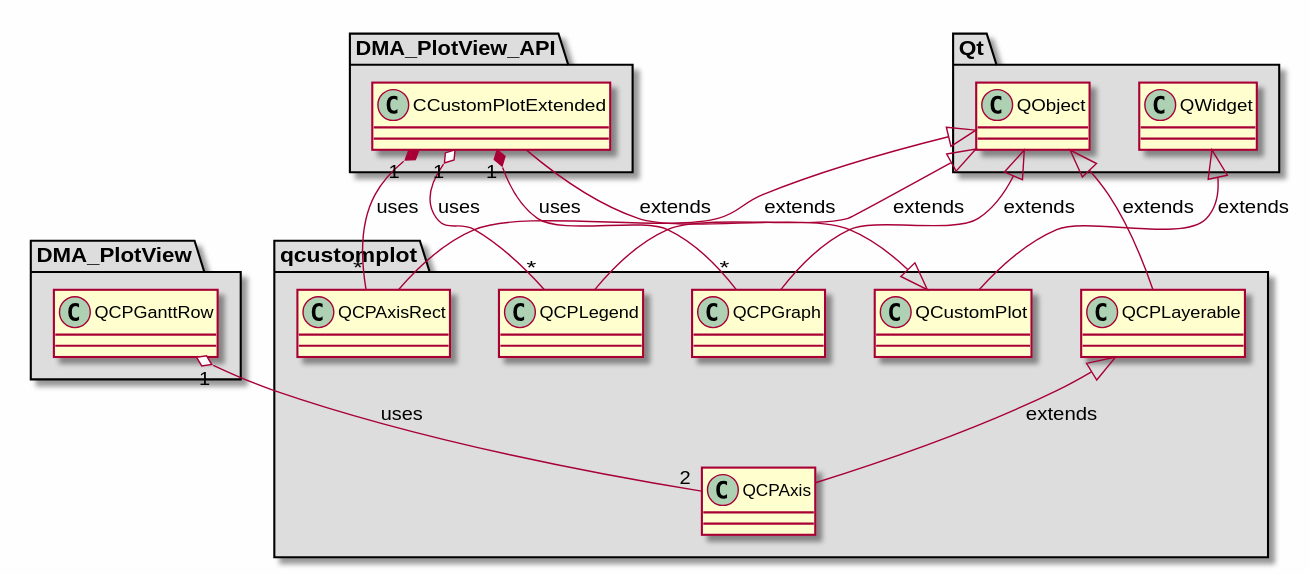
The PlantUML diagram md/dev_docs/puml/qcustomplot.svg in svlad-90/DLT-Message-Analyzer, before a commit.
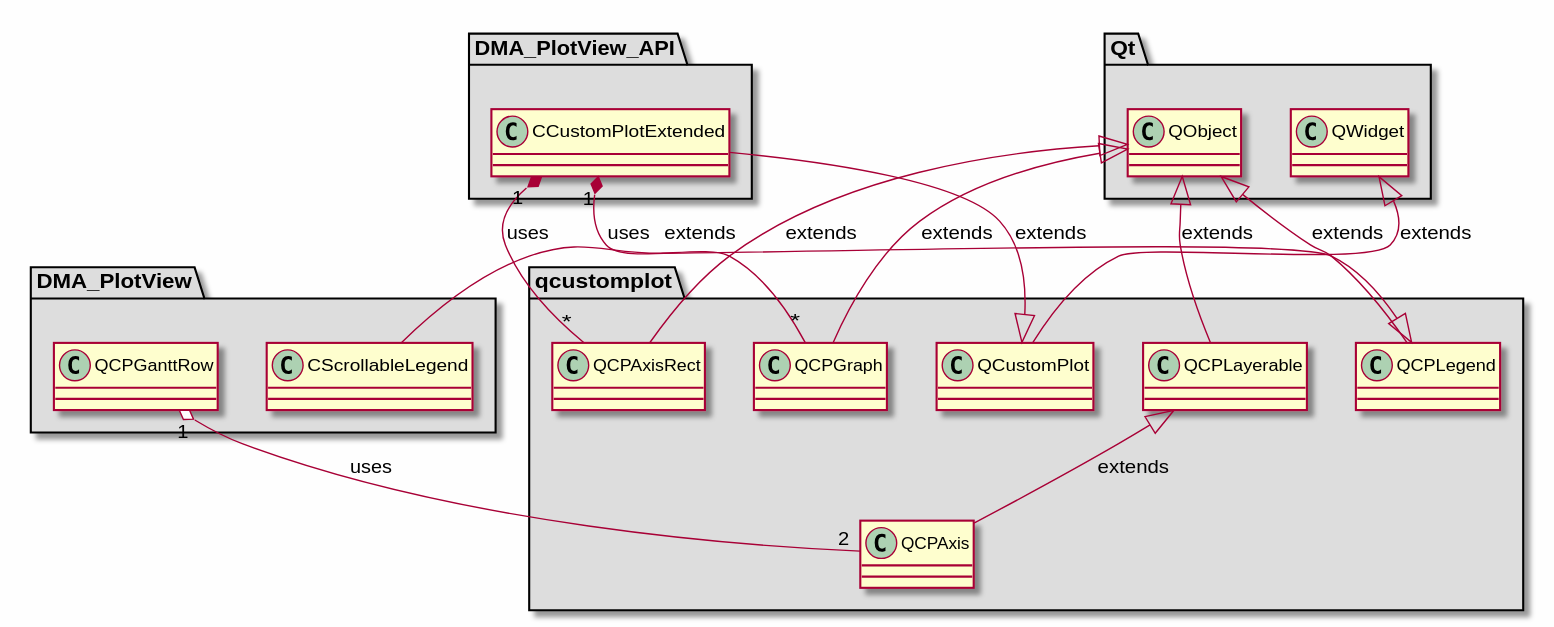
The same diagram one commit later.

The edit, as a diff of the source:
```diff
@@ -4,6 +4,10 @@
 skinparam wrapWidth 600
 package "DMA_PlotView" #DDDDDD
 {
+
+class "CScrollableLegend"
+{
+}
 
 class "QCPGanttRow"
 {
@@ -62,6 +66,7 @@
 
 }
 
+QCPLegend <|-- CScrollableLegend : extends
 QCustomPlot <|-- CCustomPlotExtended : extends
 QCPLayerable <|-- QCPAxis : extends
 QObject <|-- QCPAxisRect : extends
@@ -73,6 +78,5 @@
 QCPGanttRow "1" o-- "2" QCPAxis : uses
 CCustomPlotExtended "1" *-- "*" QCPAxisRect : uses
 CCustomPlotExtended "1" *-- "*" QCPGraph : uses
-CCustomPlotExtended "1" o-- "*" QCPLegend : uses
 
 @enduml
```
